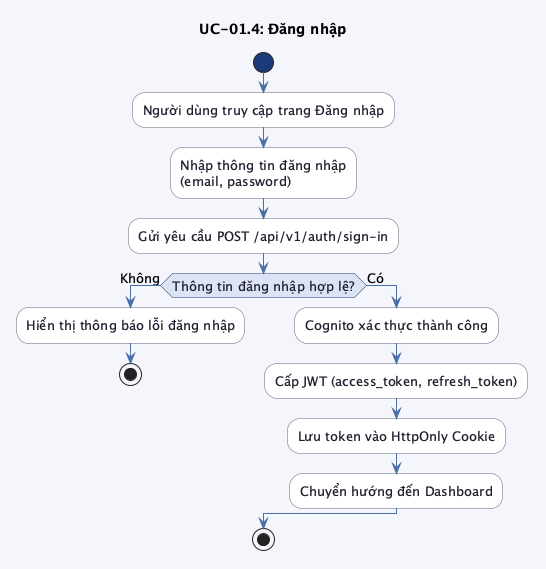
Earlier version of the PlantUML export src/images/chap3/activity_uc01_4.png (trongnhan34vn/trello-report).
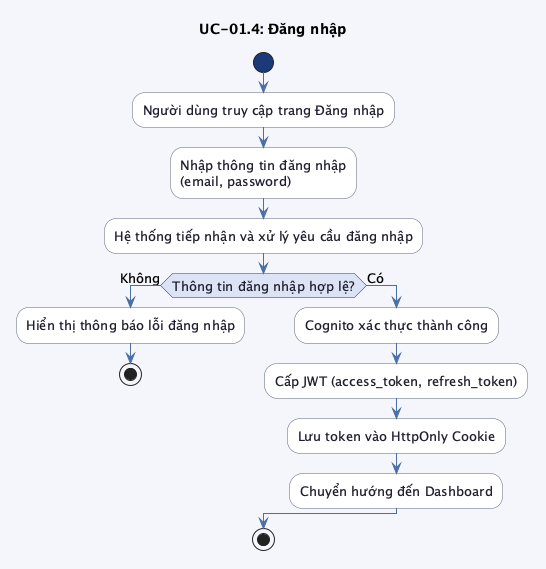
After the change.

What changed in the source:
```diff
@@ -21,7 +21,7 @@
 
 :Người dùng truy cập trang Đăng nhập;
 :Nhập thông tin đăng nhập\n(email, password);
-:Gửi yêu cầu POST /api/v1/auth/sign-in;
+:Hệ thống tiếp nhận và xử lý yêu cầu đăng nhập;
 
 if (Thông tin đăng nhập hợp lệ?) then (Không)
     :Hiển thị thông báo lỗi đăng nhập;
```
